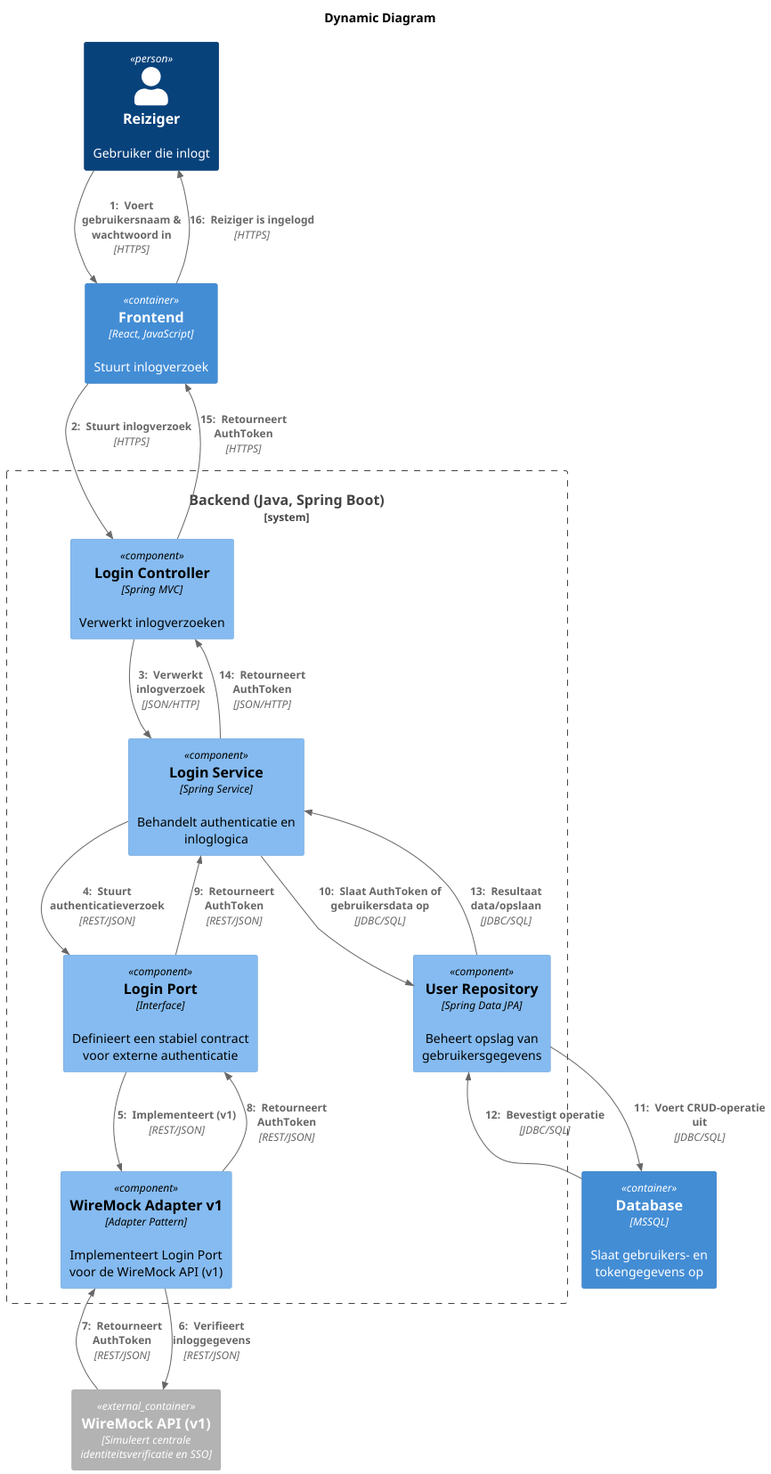
Before: software-guidebook/component-code/ahmed/dynamic-Dynamic_Diagram.png, a diagram exported from PlantUML (AIM-ENE-feb25/triptop-asas). The source it was exported from:
```plantuml
@startuml
!include https://raw.githubusercontent.com/plantuml-stdlib/C4-PlantUML/master/C4_Dynamic.puml
title Dynamic Diagram

Person(reiziger, "Reiziger", "Gebruiker die inlogt")
Container(frontend, "Frontend", "React, JavaScript", "Stuurt inlogverzoek")

System_Boundary(backendSystem, "Backend (Java, Spring Boot)") {

  Component(loginController, "Login Controller", "Spring MVC", "Verwerkt inlogverzoeken")
  Component(loginService, "Login Service", "Spring Service", "Behandelt authenticatie en inloglogica")
  Component(loginPort, "Login Port", "Interface", "Definieert een stabiel contract voor externe authenticatie")
  Component(userRepository, "User Repository", "Spring Data JPA", "Beheert opslag van gebruikersgegevens")
  Component(wireMockAdapterV1, "WireMock Adapter v1", "Adapter Pattern", "Implementeert Login Port voor de WireMock API (v1)")

}
Container(database, "Database", "MSSQL", "Slaat gebruikers- en tokengegevens op")

Container_Ext(identityProvider, "WireMock API (v1)", "Simuleert centrale identiteitsverificatie en SSO")

Rel_D(reiziger, frontend, " Voert gebruikersnaam & wachtwoord in", "HTTPS")
Rel_D(frontend, loginController, " Stuurt inlogverzoek", "HTTPS")
Rel_D(loginController, loginService, " Verwerkt inlogverzoek", "JSON/HTTP")
Rel_D(loginService, loginPort, " Stuurt authenticatieverzoek", "REST/JSON")
Rel_D(loginPort, wireMockAdapterV1, " Implementeert (v1)", "REST/JSON")
Rel_D(wireMockAdapterV1, identityProvider, " Verifieert inloggegevens", "REST/JSON")

Rel_D(identityProvider, wireMockAdapterV1, " Retourneert AuthToken", "REST/JSON")
Rel_D(wireMockAdapterV1, loginPort, " Retourneert AuthToken", "REST/JSON")
Rel_D(loginPort, loginService, " Retourneert AuthToken", "REST/JSON")

Rel_D(loginService, userRepository, " Slaat AuthToken of gebruikersdata op", "JDBC/SQL")
Rel_D(userRepository, database, " Voert CRUD-operatie uit", "JDBC/SQL")
Rel_D(database, userRepository, " Bevestigt operatie", "JDBC/SQL")
Rel_D(userRepository, loginService, " Resultaat data/opslaan", "JDBC/SQL")

Rel_D(loginService, loginController, " Retourneert AuthToken", "JSON/HTTP")
Rel_D(loginController, frontend, " Retourneert AuthToken", "HTTPS")
Rel_D(frontend, reiziger, " Reiziger is ingelogd", "HTTPS")
@enduml
```
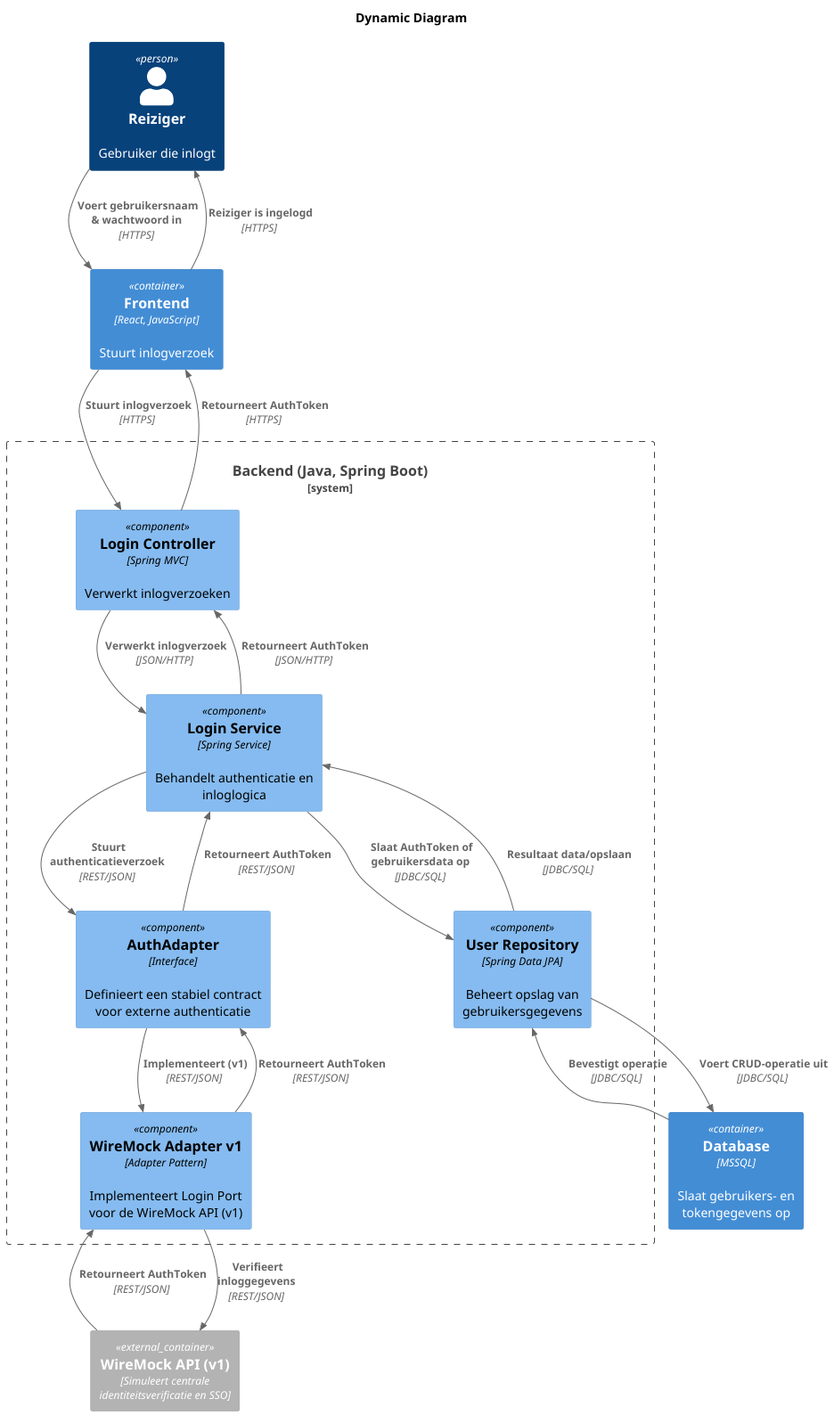
After the commit.

The edit, as a diff of the source:
```diff
@@ -1,5 +1,5 @@
 @startuml
-!include https://raw.githubusercontent.com/plantuml-stdlib/C4-PlantUML/master/C4_Dynamic.puml
+!include https://raw.githubusercontent.com/plantuml-stdlib/C4-PlantUML/master/C4_Component.puml
 title Dynamic Diagram
 
 Person(reiziger, "Reiziger", "Gebruiker die inlogt")
@@ -9,7 +9,7 @@
 
   Component(loginController, "Login Controller", "Spring MVC", "Verwerkt inlogverzoeken")
   Component(loginService, "Login Service", "Spring Service", "Behandelt authenticatie en inloglogica")
-  Component(loginPort, "Login Port", "Interface", "Definieert een stabiel contract voor externe authenticatie")
+  Component(loginPort, "AuthAdapter", "Interface", "Definieert een stabiel contract voor externe authenticatie")
   Component(userRepository, "User Repository", "Spring Data JPA", "Beheert opslag van gebruikersgegevens")
   Component(wireMockAdapterV1, "WireMock Adapter v1", "Adapter Pattern", "Implementeert Login Port voor de WireMock API (v1)")
 
```
